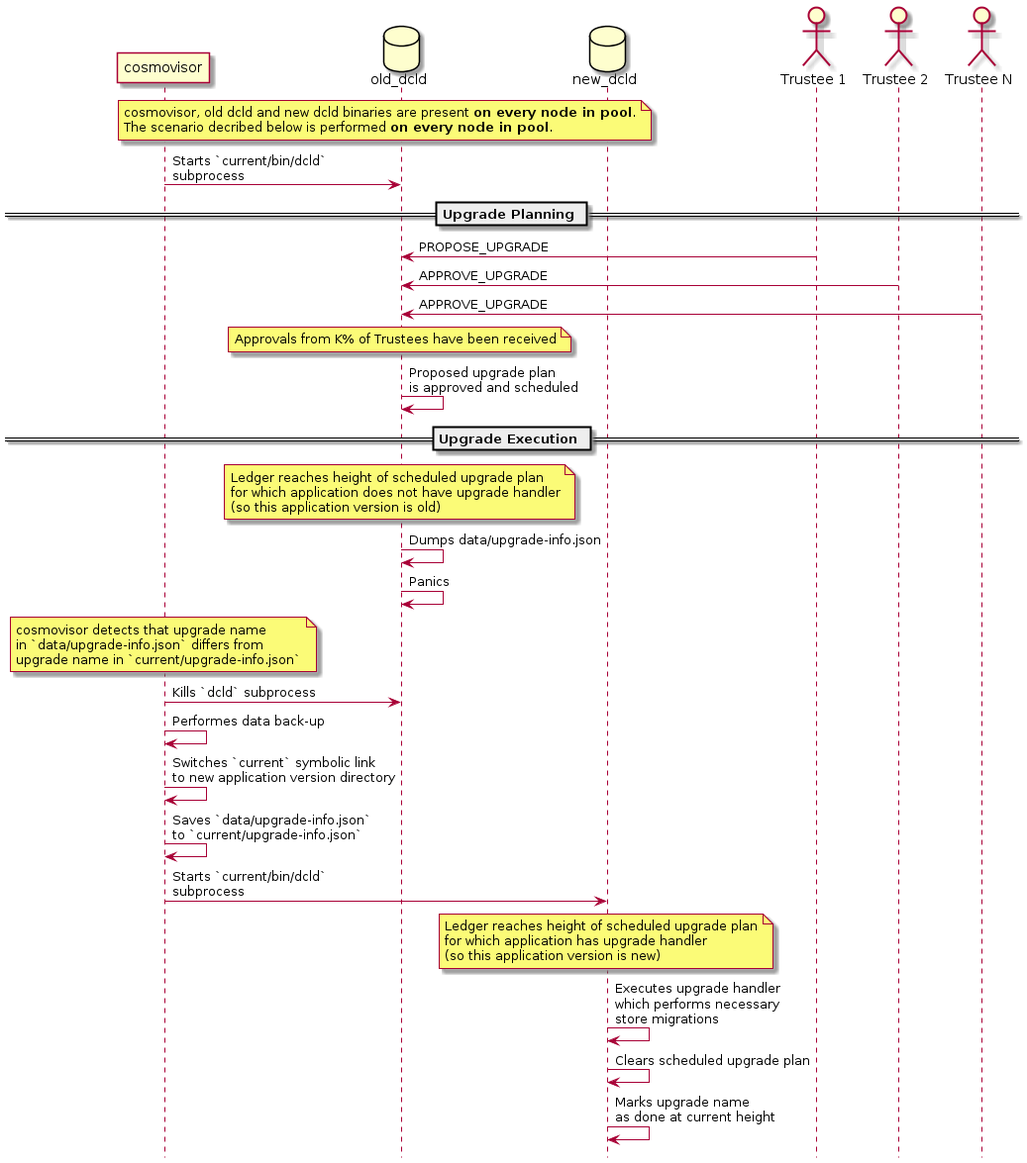
Above: docs/use_cases/use_cases_upgrade_pool.png in zigbee-alliance/distributed-compliance-ledger (PlantUML), before the change. Its diagram source:
```plantuml
@startuml
!pragma teoz true
hide footbox

participant cosmovisor as C
database old_dcld as OD
database new_dcld as ND
actor "Trustee 1" as T1
actor "Trustee 2" as T2
actor "Trustee N" as TN

note over C, ND
    cosmovisor, old dcld and new dcld binaries are present <b>on every node in pool</b>.
    The scenario decribed below is performed <b>on every node in pool</b>.
end note

C -> OD: Starts `current/bin/dcld`\nsubprocess

== Upgrade Planning ==

T1 -> OD: PROPOSE_UPGRADE
T2 -> OD: APPROVE_UPGRADE
TN -> OD: APPROVE_UPGRADE

note over OD
    Approvals from K% of Trustees have been received
end note

OD -> OD: Proposed upgrade plan\nis approved and scheduled

== Upgrade Execution ==

note over OD
    Ledger reaches height of scheduled upgrade plan
    for which application does not have upgrade handler
    (so this application version is old)
end note

OD -> OD: Dumps data/upgrade-info.json

OD -> OD: Panics

note over C
    cosmovisor detects that upgrade name
    in `data/upgrade-info.json` differs from
    upgrade name in `current/upgrade-info.json`
end note

C -> OD: Kills `dcld` subprocess

C -> C: Performes data back-up

C -> C: Switches `current` symbolic link\nto new application version directory

C -> C: Saves `data/upgrade-info.json`\nto `current/upgrade-info.json`

C -> ND: Starts `current/bin/dcld`\nsubprocess

note over ND
    Ledger reaches height of scheduled upgrade plan
    for which application has upgrade handler
    (so this application version is new)
end note

ND -> ND: Executes upgrade handler\nwhich performs necessary\nstore migrations

ND -> ND: Clears scheduled upgrade plan

ND -> ND: Marks upgrade name\nas done at current height

@enduml
```
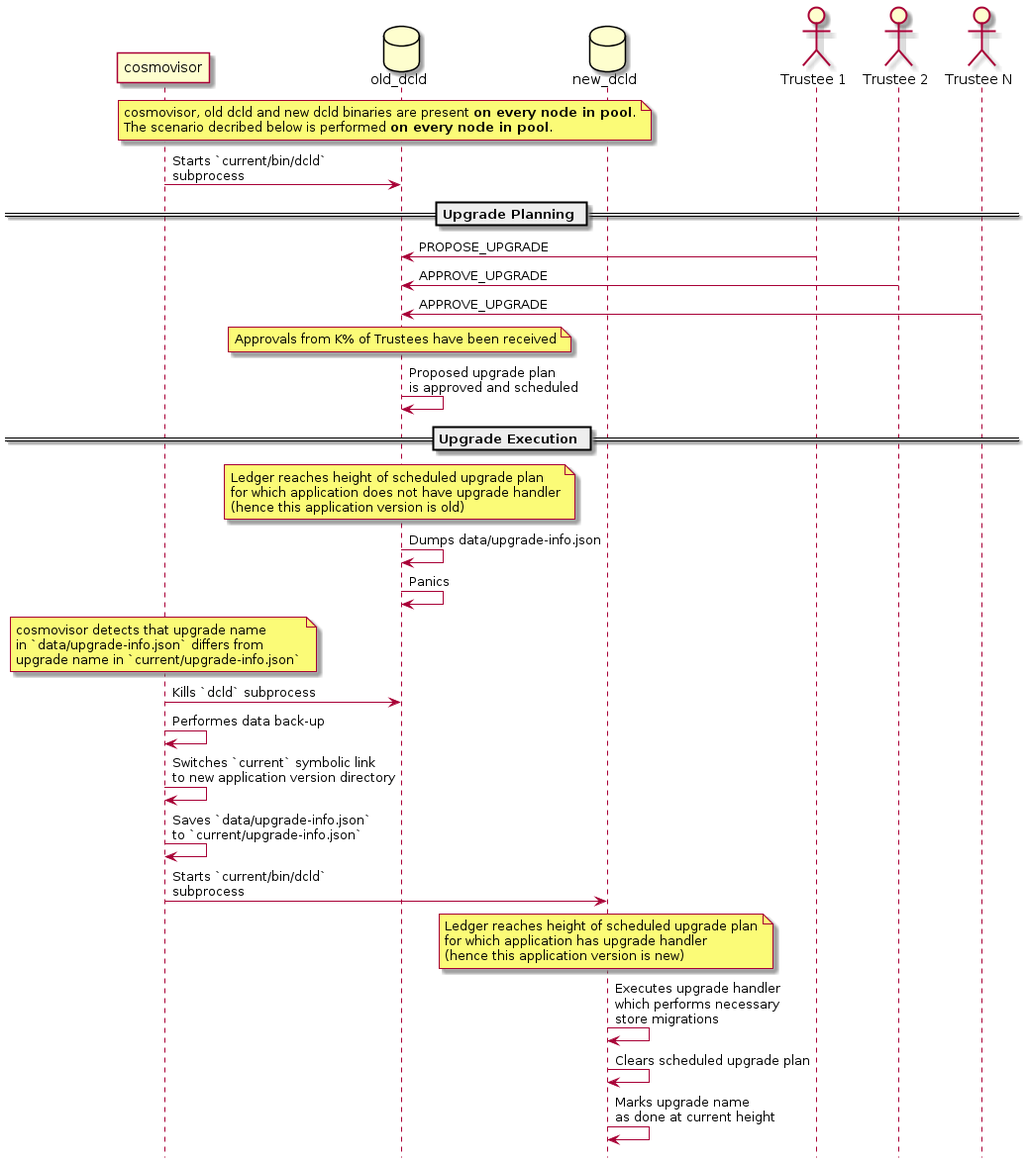
Above is the later version.

Commit message:
Made minor correction in upgrade sequence diagram

Diff of the diagram source:
```diff
@@ -33,7 +33,7 @@
 note over OD
     Ledger reaches height of scheduled upgrade plan
     for which application does not have upgrade handler
-    (so this application version is old)
+    (hence this application version is old)
 end note
 
 OD -> OD: Dumps data/upgrade-info.json
@@ -59,7 +59,7 @@
 note over ND
     Ledger reaches height of scheduled upgrade plan
     for which application has upgrade handler
-    (so this application version is new)
+    (hence this application version is new)
 end note
 
 ND -> ND: Executes upgrade handler\nwhich performs necessary\nstore migrations
```
